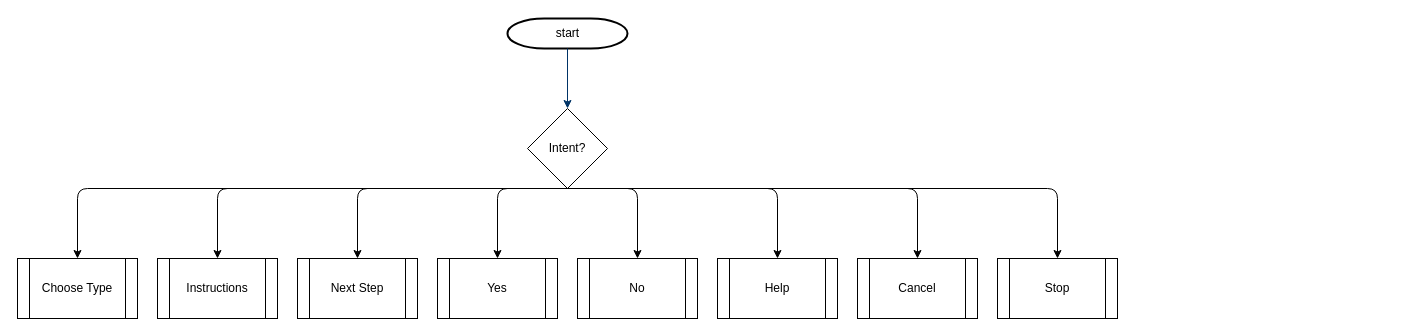
Before: overview.drawio in mattjaenicke/flowcharts, a draw.io diagram. Source tidied: cells renumbered, new cells numbered last; positions are measured from the earlier drawing's top-left corner, leaving out a move shared by most shapes. Both pictures are drawn from the tidied source at 100%, with x=0, y=0 at pixel (17, 18).
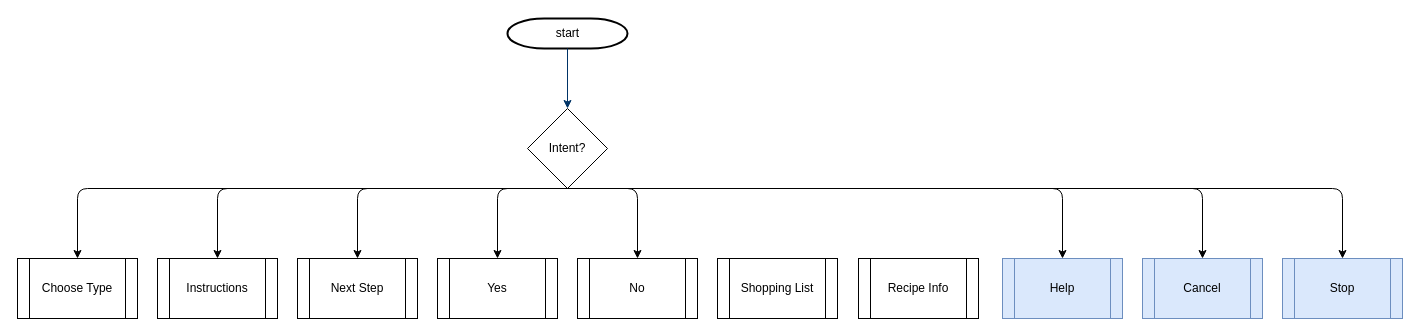
After the change.

The change refers to these unchanged cells:
```xml
<mxCell id="4" value="Intent?" style="rhombus;whiteSpace=wrap;html=1;" parent="1" vertex="1">
  <mxGeometry x="510" y="90" width="80" height="80" as="geometry" />
</mxCell>
```

What changed in the source:
```diff
@@
-    <mxCell id="11" value="Help" style="shape=process;whiteSpace=wrap;html=1;backgroundOutline=1;" parent="1" vertex="1">
-      <mxGeometry x="700" y="240" width="120" height="60" as="geometry" />
+    <mxCell id="11" value="Help" style="shape=process;whiteSpace=wrap;html=1;backgroundOutline=1;fillColor=#dae8fc;strokeColor=#6c8ebf;" parent="1" vertex="1">
+      <mxGeometry x="985" y="240" width="120" height="60" as="geometry" />
     </mxCell>
-    <mxCell id="12" value="Cancel" style="shape=process;whiteSpace=wrap;html=1;backgroundOutline=1;" parent="1" vertex="1">
-      <mxGeometry x="840" y="240" width="120" height="60" as="geometry" />
+    <mxCell id="12" value="Cancel" style="shape=process;whiteSpace=wrap;html=1;backgroundOutline=1;fillColor=#dae8fc;strokeColor=#6c8ebf;" parent="1" vertex="1">
+      <mxGeometry x="1125" y="240" width="120" height="60" as="geometry" />
     </mxCell>
-    <mxCell id="13" value="Stop" style="shape=process;whiteSpace=wrap;html=1;backgroundOutline=1;" parent="1" vertex="1">
-      <mxGeometry x="980" y="240" width="120" height="60" as="geometry" />
+    <mxCell id="13" value="Stop" style="shape=process;whiteSpace=wrap;html=1;backgroundOutline=1;fillColor=#dae8fc;strokeColor=#6c8ebf;" parent="1" vertex="1">
+      <mxGeometry x="1265" y="240" width="120" height="60" as="geometry" />
     </mxCell>
@@
     <mxCell id="16" style="endArrow=classic;html=1;exitX=0.5;exitY=1;exitDx=0;exitDy=0;entryX=0.5;entryY=0;entryDx=0;entryDy=0;" parent="1" edge="1" source="4" target="11">
       <mxGeometry relative="1" as="geometry">
         <Array as="points">
           <mxPoint x="760" y="170" />
+          <mxPoint x="1045" y="170" />
         </Array>
       </mxGeometry>
     </mxCell>
     <mxCell id="17" style="endArrow=classic;html=1;exitX=0.5;exitY=1;exitDx=0;exitDy=0;entryX=0.5;entryY=0;entryDx=0;entryDy=0;" parent="1" edge="1" source="4" target="12">
       <mxGeometry relative="1" as="geometry">
         <Array as="points">
           <mxPoint x="900" y="170" />
+          <mxPoint x="1185" y="170" />
         </Array>
       </mxGeometry>
     </mxCell>
     <mxCell id="18" style="endArrow=classic;html=1;entryX=0.5;entryY=0;entryDx=0;entryDy=0;exitX=0.5;exitY=1;exitDx=0;exitDy=0;" parent="1" edge="1" source="4" target="13">
       <mxGeometry relative="1" as="geometry">
         <Array as="points">
           <mxPoint x="1040" y="170" />
+          <mxPoint x="1325" y="170" />
         </Array>
       </mxGeometry>
     </mxCell>
@@
+    <mxCell id="21" value="Shopping List" style="shape=process;whiteSpace=wrap;html=1;backgroundOutline=1;" parent="1" vertex="1">
+      <mxGeometry x="700" y="240" width="120" height="60" as="geometry" />
+    </mxCell>
+    <mxCell id="22" value="Recipe Info" style="shape=process;whiteSpace=wrap;html=1;backgroundOutline=1;" parent="1" vertex="1">
+      <mxGeometry x="841" y="240" width="120" height="60" as="geometry" />
+    </mxCell>
```
